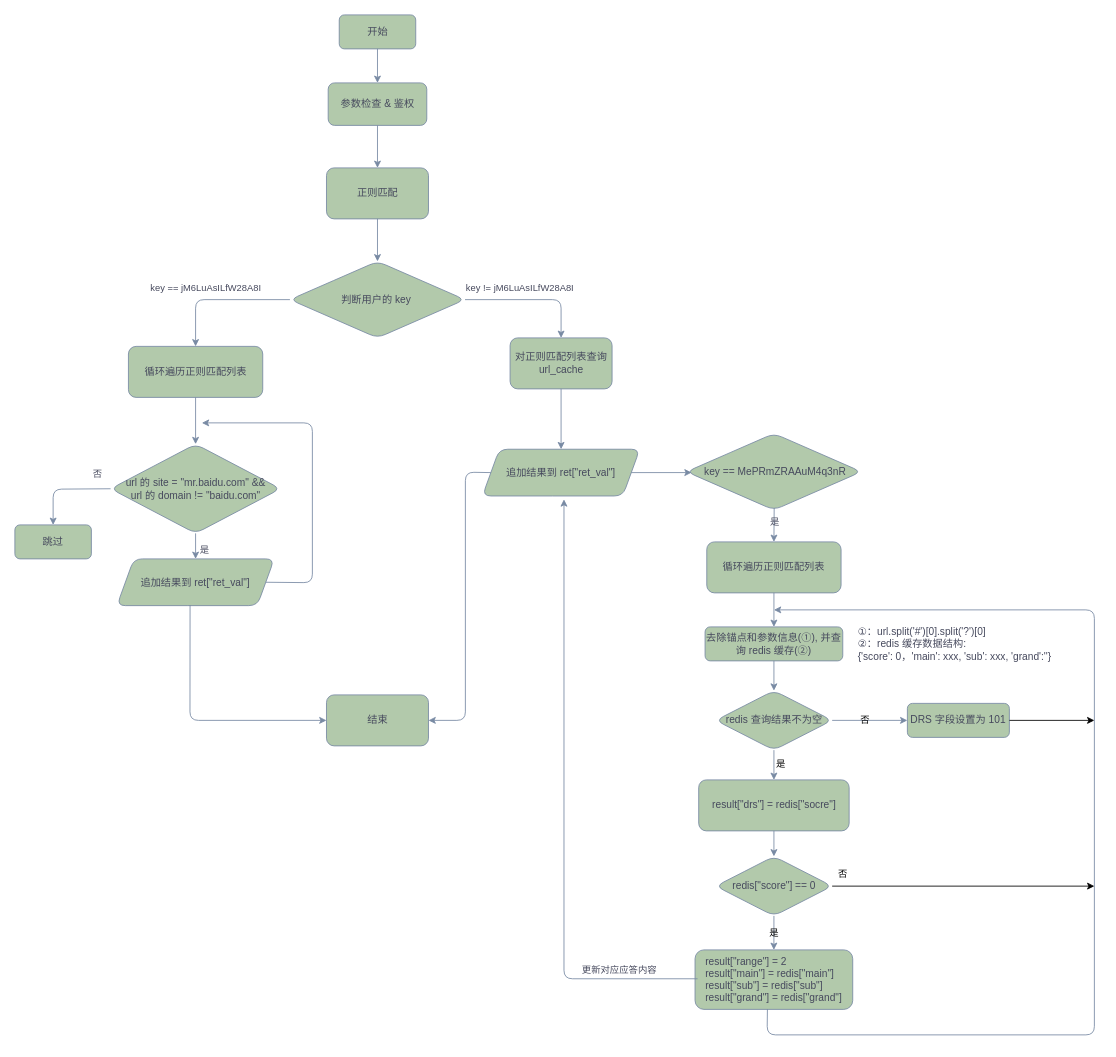
The draw.io diagram ugc.drawio in qixiaohu/flow-process-diagram, before the edit. Source tidied: cells renumbered, new cells numbered last; positions are measured from the earlier drawing's top-left corner, leaving out a move shared by most shapes. Both pictures are drawn from the tidied source at 85%, with x=0, y=0 at pixel (14, 14).
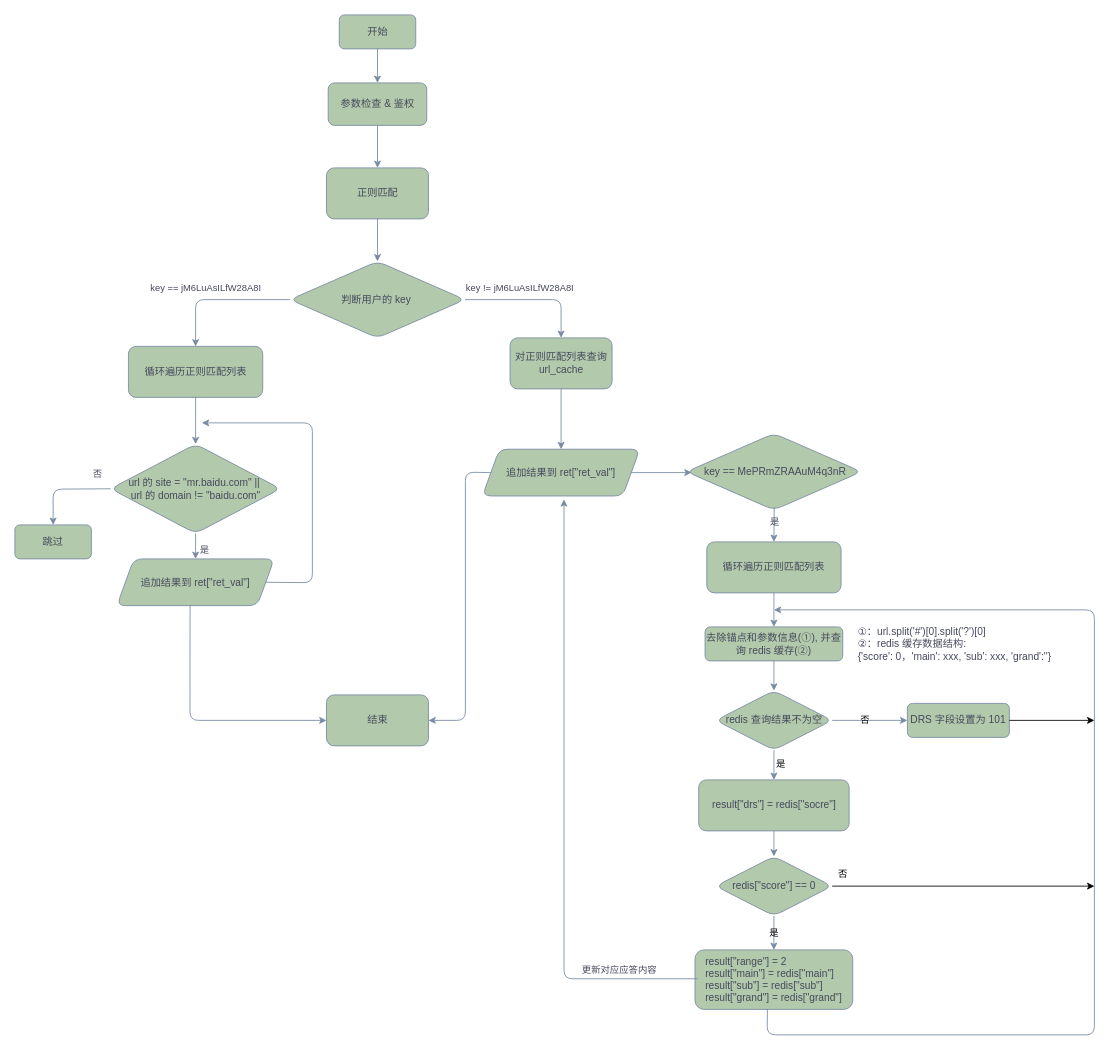
After the change.

Diff of the diagram source:
```diff
@@
-    <mxCell id="14" value="url 的 site = &quot;mr.baidu.com&lt;span style=&quot;background-color: initial;&quot;&gt;&quot; &amp;amp;&amp;amp;&lt;br&gt;&lt;/span&gt;url 的 domain != &quot;baidu.com&lt;span style=&quot;background-color: initial;&quot;&gt;&quot;&lt;/span&gt;" style="rhombus;whiteSpace=wrap;html=1;labelBackgroundColor=none;rounded=1;fillColor=#B2C9AB;strokeColor=#788AA3;fontColor=#46495D;" parent="1" vertex="1">
+    <mxCell id="14" value="url 的 site = &quot;mr.baidu.com&lt;span style=&quot;background-color: initial;&quot;&gt;&quot; ||&amp;nbsp;&lt;br&gt;&lt;/span&gt;url 的 domain != &quot;baidu.com&lt;span style=&quot;background-color: initial;&quot;&gt;&quot;&lt;/span&gt;" style="rhombus;whiteSpace=wrap;html=1;labelBackgroundColor=none;rounded=1;fillColor=#B2C9AB;strokeColor=#788AA3;fontColor=#46495D;" parent="1" vertex="1">
       <mxGeometry x="112.6" y="505" width="200" height="105" as="geometry" />
     </mxCell>
```
